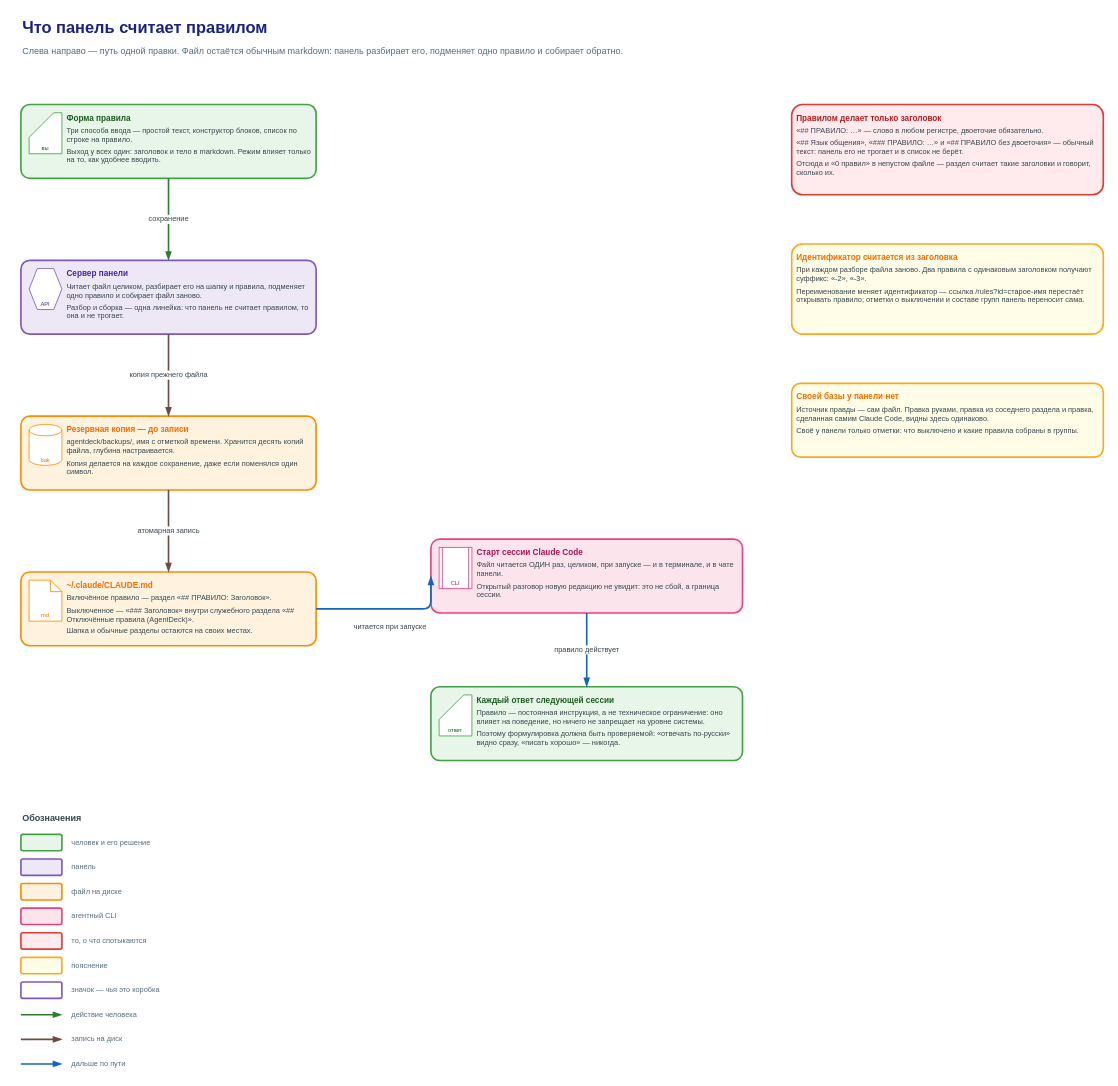
This is page "1. Правило и файл" (1 of 2) of docs/diagrams/rules-guide/rules-guide.drawio from rusyander/claude-control, a draw.io file, before an edit. Source tidied: cells renumbered, new cells numbered last; positions are measured from the earlier drawing's top-left corner, leaving out a move shared by most shapes. Both pictures are drawn from the tidied source at 82%, with x=0, y=0 at pixel (20, 14).
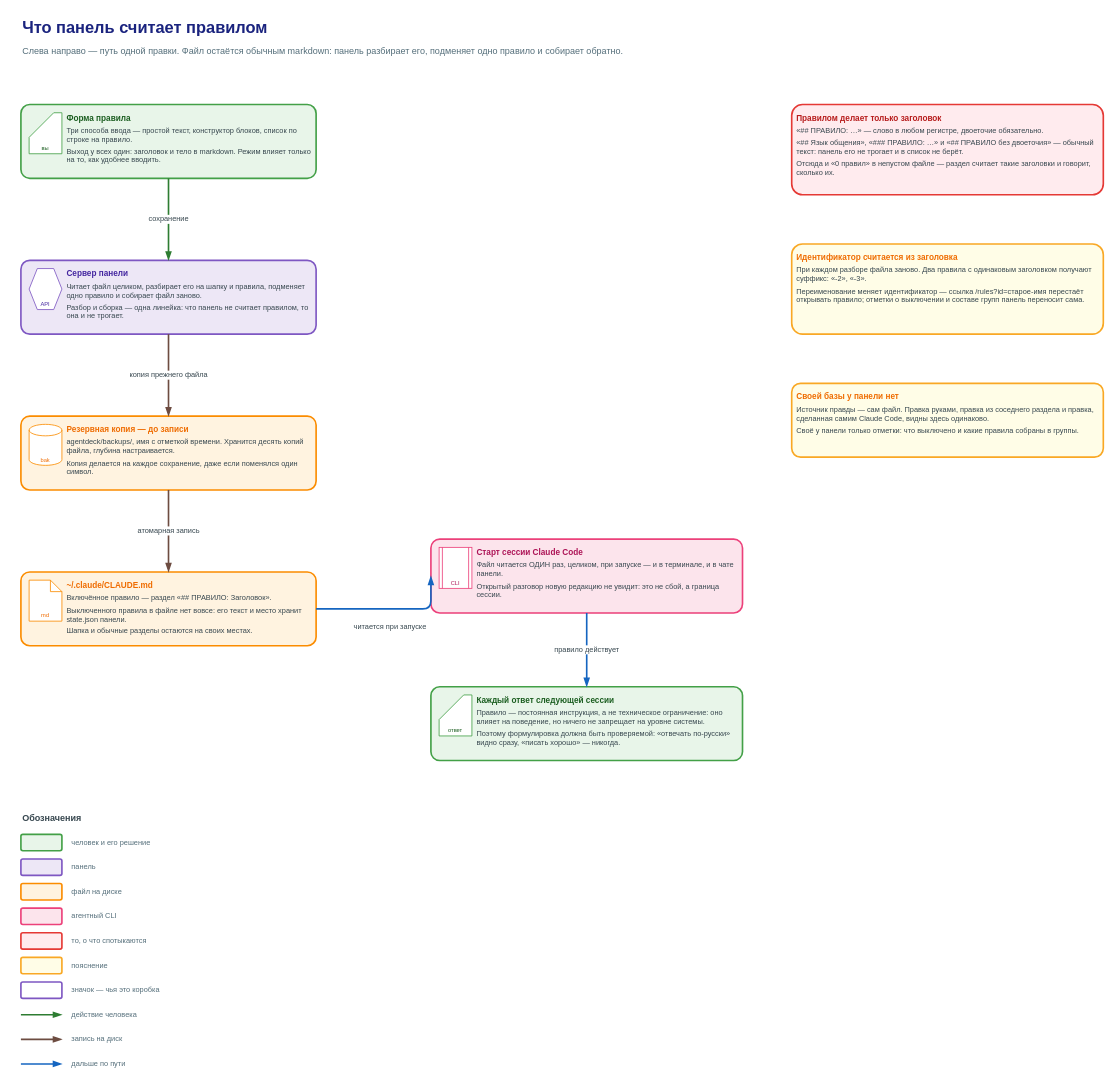
The same page after the edit.

Diff of the diagram source:
```diff
@@
-    <mxCell id="10" value="&lt;div style=&quot;font-size:10px;font-weight:600;color:#EF6C00;text-align:left&quot;&gt;~/.claude/CLAUDE.md&lt;/div&gt;&lt;div style=&quot;font-size:9px;text-align:left;margin-top:4px&quot;&gt;Включённое правило — раздел «## ПРАВИЛО: Заголовок».&lt;/div&gt;&lt;div style=&quot;font-size:9px;text-align:left;margin-top:4px&quot;&gt;Выключенное — «### Заголовок» внутри служебного раздела «## Отключённые правила (AgentDeck)».&lt;/div&gt;&lt;div style=&quot;font-size:9px;text-align:left;margin-top:4px&quot;&gt;Шапка и обычные разделы остаются на своих местах.&lt;/div&gt;" style="rounded=1;arcSize=12;fillColor=#FFF3E0;strokeColor=#FB8C00;strokeWidth=2;html=1;whiteSpace=wrap;align=left;verticalAlign=top;spacing=6;fontSize=9;fontColor=#37474F;spacingLeft=50;informational=1;" parent="1" vertex="1">
+    <mxCell id="10" value="&lt;div style=&quot;font-size:10px;font-weight:600;color:#EF6C00;text-align:left&quot;&gt;~/.claude/CLAUDE.md&lt;/div&gt;&lt;div style=&quot;font-size:9px;text-align:left;margin-top:4px&quot;&gt;Включённое правило — раздел «## ПРАВИЛО: Заголовок».&lt;/div&gt;&lt;div style=&quot;font-size:9px;text-align:left;margin-top:4px&quot;&gt;Выключенного правила в файле нет вовсе: его текст и место хранит state.json панели.&lt;/div&gt;&lt;div style=&quot;font-size:9px;text-align:left;margin-top:4px&quot;&gt;Шапка и обычные разделы остаются на своих местах.&lt;/div&gt;" style="rounded=1;arcSize=12;fillColor=#FFF3E0;strokeColor=#FB8C00;strokeWidth=2;html=1;whiteSpace=wrap;align=left;verticalAlign=top;spacing=6;fontSize=9;fontColor=#37474F;spacingLeft=50;informational=1;" parent="1" vertex="1">
       <mxGeometry y="680" width="360" height="90" as="geometry" />
     </mxCell>
```
